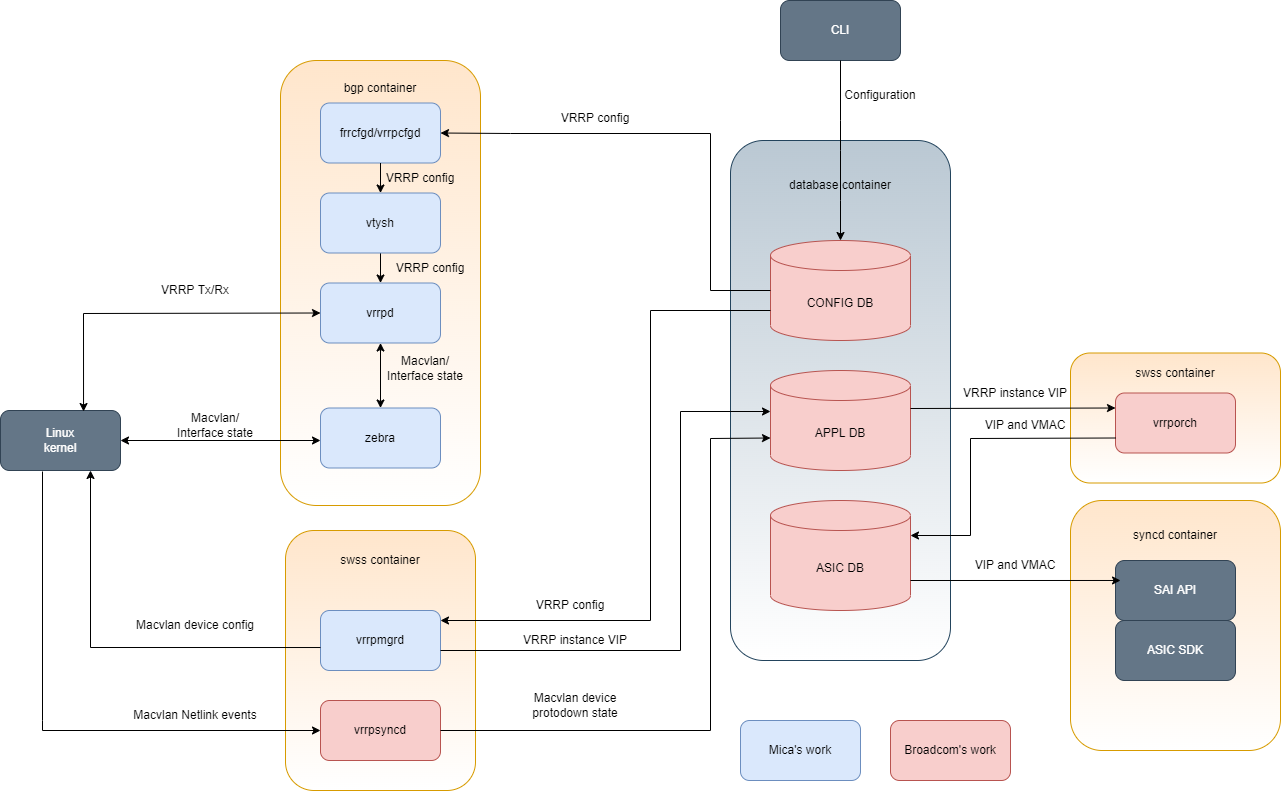
sonic-net/SONiC keeps this draw.io diagram as doc/vrrp/images/VRRP_Architecture_Diagram.png. Above is the earlier version. Source tidied: cells renumbered, new cells last; positions are measured from the earlier drawing's top-left corner, leaving out a move shared by most shapes.
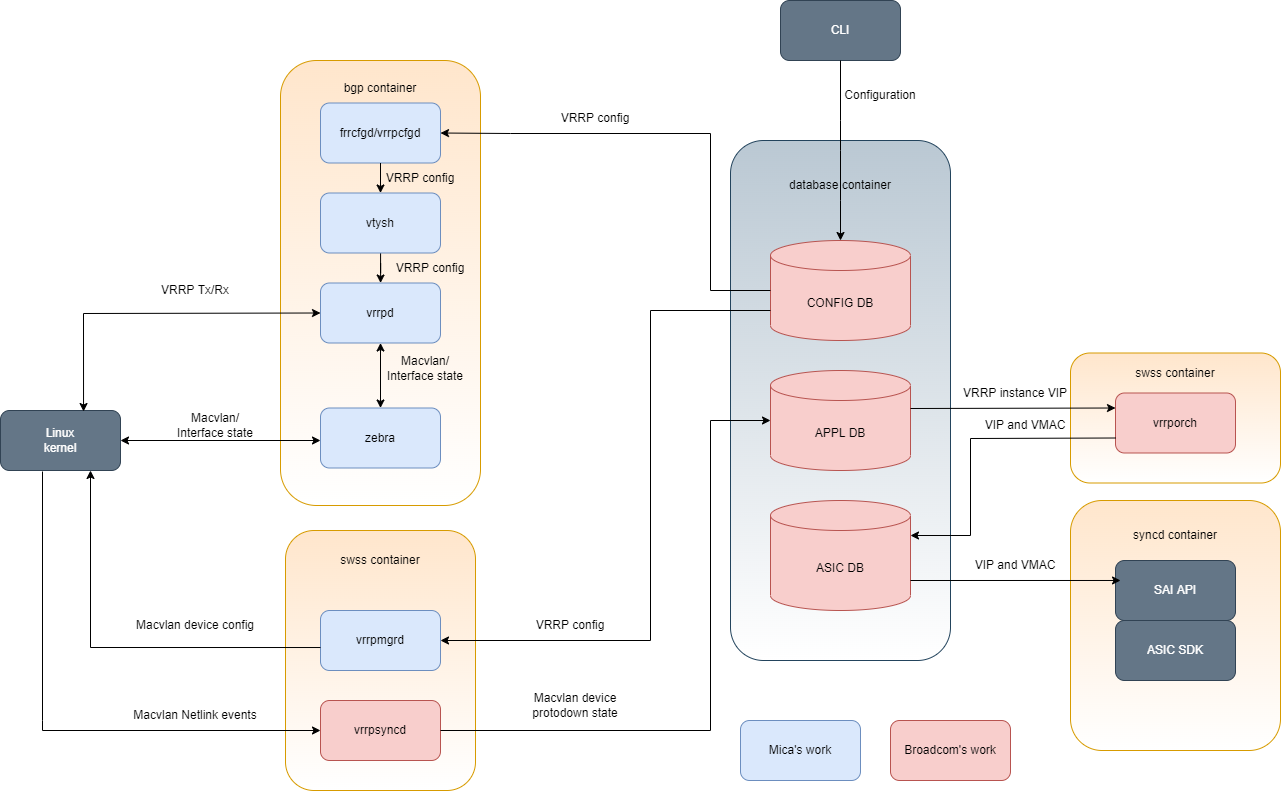
The same diagram one commit later.

The edit, as a diff of the source:
```diff
@@ -97,11 +97,11 @@
         </Array>
       </mxGeometry>
     </mxCell>
-    <mxCell id="29" style="endArrow=classic;html=1;rounded=0;exitX=1;exitY=0.5;exitDx=0;exitDy=0;entryX=0;entryY=0;entryDx=0;entryDy=67.5;entryPerimeter=0;" parent="1" edge="1" source="9" target="15">
+    <mxCell id="29" style="endArrow=classic;html=1;rounded=0;exitX=1;exitY=0.5;exitDx=0;exitDy=0;entryX=0;entryY=0.5;entryDx=0;entryDy=0;entryPerimeter=0;" parent="1" edge="1" source="9" target="15">
       <mxGeometry relative="1" as="geometry">
         <Array as="points">
           <mxPoint x="710" y="730" />
-          <mxPoint x="710" y="438" />
+          <mxPoint x="710" y="420" />
         </Array>
       </mxGeometry>
     </mxCell>
@@ -120,9 +120,6 @@
     <mxCell id="32" value="Configuration" style="text;html=1;strokeColor=none;fillColor=none;align=center;verticalAlign=middle;whiteSpace=wrap;rounded=0;" parent="1" vertex="1">
       <mxGeometry x="850" y="80" width="60" height="30" as="geometry" />
     </mxCell>
-    <mxCell id="33" value="VRRP instance VIP" style="text;html=1;strokeColor=none;fillColor=none;align=center;verticalAlign=middle;whiteSpace=wrap;rounded=0;rotation=0;" parent="1" vertex="1">
-      <mxGeometry x="500" y="625" width="150" height="30" as="geometry" />
-    </mxCell>
     <mxCell id="34" value="VRRP instance VIP" style="text;html=1;strokeColor=none;fillColor=none;align=center;verticalAlign=middle;whiteSpace=wrap;rounded=0;" parent="1" vertex="1">
       <mxGeometry x="940" y="377.5" width="150" height="30" as="geometry" />
     </mxCell>
@@ -178,28 +175,18 @@
         </Array>
       </mxGeometry>
     </mxCell>
-    <mxCell id="51" style="endArrow=classic;html=1;rounded=0;" parent="1" edge="1">
+    <mxCell id="51" style="endArrow=classic;html=1;rounded=0;entryX=1;entryY=0.5;entryDx=0;entryDy=0;" parent="1" edge="1" target="49">
       <mxGeometry relative="1" as="geometry">
         <mxPoint x="770" y="310" as="sourcePoint" />
-        <mxPoint x="440" y="620" as="targetPoint" />
         <Array as="points">
           <mxPoint x="650" y="310" />
-          <mxPoint x="650" y="620" />
+          <mxPoint x="650" y="640" />
         </Array>
       </mxGeometry>
     </mxCell>
     <mxCell id="52" value="VRRP config" style="text;html=1;strokeColor=none;fillColor=none;align=center;verticalAlign=middle;whiteSpace=wrap;rounded=0;rotation=0;" parent="1" vertex="1">
-      <mxGeometry x="520" y="590" width="100" height="30" as="geometry" />
+      <mxGeometry x="520" y="610" width="100" height="30" as="geometry" />
     </mxCell>
-    <mxCell id="53" style="endArrow=classic;html=1;rounded=0;entryX=0;entryY=0.41;entryDx=0;entryDy=0;entryPerimeter=0;" parent="1" edge="1" target="15">
-      <mxGeometry relative="1" as="geometry">
-        <mxPoint x="440" y="650" as="sourcePoint" />
-        <Array as="points">
-          <mxPoint x="680" y="650" />
-          <mxPoint x="680" y="411" />
-        </Array>
-      </mxGeometry>
-    </mxCell>
     <mxCell id="54" style="endArrow=classic;html=1;rounded=0;entryX=1;entryY=0.5;entryDx=0;entryDy=0;exitX=0;exitY=0.5;exitDx=0;exitDy=0;exitPerimeter=0;" parent="1" edge="1" source="14" target="42">
       <mxGeometry relative="1" as="geometry">
         <Array as="points">
```
